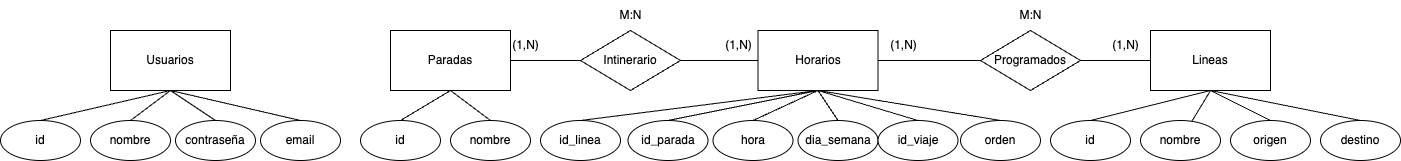
The draw.io diagram api/diagramaER.png in AagieKLZ/ProjecteM7, before a commit. Source tidied: cells renumbered, new cells last; positions are measured from the earlier drawing's top-left corner, leaving out a move shared by most shapes. Source of this version:
```xml
<mxGraphModel>
  <root>
    <mxCell id="0" />
    <mxCell id="1" parent="0" />
    <mxCell id="2" value="Horarios" style="rounded=0;whiteSpace=wrap;html=1;" parent="1" vertex="1">
      <mxGeometry x="757.5" y="30" width="120" height="60" as="geometry" />
    </mxCell>
    <mxCell id="3" value="Programados" style="rhombus;whiteSpace=wrap;html=1;" parent="1" vertex="1">
      <mxGeometry x="980" y="30" width="100" height="60" as="geometry" />
    </mxCell>
    <mxCell id="4" value="Lineas" style="rounded=0;whiteSpace=wrap;html=1;" parent="1" vertex="1">
      <mxGeometry x="1150" y="30" width="120" height="60" as="geometry" />
    </mxCell>
    <mxCell id="5" style="endArrow=none;html=1;rounded=0;exitX=1;exitY=0.5;exitDx=0;exitDy=0;entryX=0;entryY=0.5;entryDx=0;entryDy=0;" parent="1" edge="1" source="2" target="3">
      <mxGeometry relative="1" as="geometry" />
    </mxCell>
    <mxCell id="6" style="endArrow=none;html=1;rounded=0;entryX=0;entryY=0.5;entryDx=0;entryDy=0;" parent="1" edge="1" target="4">
      <mxGeometry relative="1" as="geometry">
        <mxPoint x="1080" y="60" as="sourcePoint" />
      </mxGeometry>
    </mxCell>
    <mxCell id="7" value="id_linea" style="ellipse;whiteSpace=wrap;html=1;" parent="1" vertex="1">
      <mxGeometry x="540" y="120" width="80" height="40" as="geometry" />
    </mxCell>
    <mxCell id="8" value="Intinerario" style="rhombus;whiteSpace=wrap;html=1;" parent="1" vertex="1">
      <mxGeometry x="580" y="30" width="100" height="60" as="geometry" />
    </mxCell>
    <mxCell id="9" style="endArrow=none;html=1;rounded=0;exitX=1;exitY=0.5;exitDx=0;exitDy=0;entryX=0;entryY=0.5;entryDx=0;entryDy=0;" parent="1" edge="1" source="8" target="2">
      <mxGeometry relative="1" as="geometry" />
    </mxCell>
    <mxCell id="10" value="id_parada" style="ellipse;whiteSpace=wrap;html=1;" parent="1" vertex="1">
      <mxGeometry x="627.5" y="120" width="80" height="40" as="geometry" />
    </mxCell>
    <mxCell id="11" value="hora" style="ellipse;whiteSpace=wrap;html=1;" parent="1" vertex="1">
      <mxGeometry x="712.5" y="120" width="80" height="40" as="geometry" />
    </mxCell>
    <mxCell id="12" value="dia_semana" style="ellipse;whiteSpace=wrap;html=1;" parent="1" vertex="1">
      <mxGeometry x="797.5" y="120" width="80" height="40" as="geometry" />
    </mxCell>
    <mxCell id="13" value="id" style="ellipse;whiteSpace=wrap;html=1;" parent="1" vertex="1">
      <mxGeometry x="1050" y="120" width="80" height="40" as="geometry" />
    </mxCell>
    <mxCell id="14" value="nombre" style="ellipse;whiteSpace=wrap;html=1;" parent="1" vertex="1">
      <mxGeometry x="1140" y="120" width="80" height="40" as="geometry" />
    </mxCell>
    <mxCell id="15" value="orden" style="ellipse;whiteSpace=wrap;html=1;" parent="1" vertex="1">
      <mxGeometry x="960" y="120" width="80" height="40" as="geometry" />
    </mxCell>
    <mxCell id="16" value="origen" style="ellipse;whiteSpace=wrap;html=1;" parent="1" vertex="1">
      <mxGeometry x="1230" y="120" width="80" height="40" as="geometry" />
    </mxCell>
    <mxCell id="17" value="id_viaje" style="ellipse;whiteSpace=wrap;html=1;" parent="1" vertex="1">
      <mxGeometry x="877.5" y="120" width="80" height="40" as="geometry" />
    </mxCell>
    <mxCell id="18" style="endArrow=none;html=1;rounded=0;exitX=0.5;exitY=0;exitDx=0;exitDy=0;entryX=0.5;entryY=1;entryDx=0;entryDy=0;" parent="1" edge="1" source="7" target="2">
      <mxGeometry relative="1" as="geometry" />
    </mxCell>
    <mxCell id="19" style="endArrow=none;html=1;rounded=0;exitX=0.5;exitY=0;exitDx=0;exitDy=0;entryX=0.5;entryY=1;entryDx=0;entryDy=0;" parent="1" edge="1" source="10" target="2">
      <mxGeometry relative="1" as="geometry" />
    </mxCell>
    <mxCell id="20" style="endArrow=none;html=1;rounded=0;exitX=0.5;exitY=0;exitDx=0;exitDy=0;entryX=0.5;entryY=1;entryDx=0;entryDy=0;" parent="1" edge="1" source="11" target="2">
      <mxGeometry relative="1" as="geometry" />
    </mxCell>
    <mxCell id="21" style="endArrow=none;html=1;rounded=0;entryX=0.5;entryY=1;entryDx=0;entryDy=0;exitX=0.5;exitY=0;exitDx=0;exitDy=0;" parent="1" edge="1" source="12" target="2">
      <mxGeometry relative="1" as="geometry" />
    </mxCell>
    <mxCell id="22" style="endArrow=none;html=1;rounded=0;exitX=0.5;exitY=0;exitDx=0;exitDy=0;entryX=0.5;entryY=1;entryDx=0;entryDy=0;" parent="1" edge="1" source="17" target="2">
      <mxGeometry relative="1" as="geometry" />
    </mxCell>
    <mxCell id="23" style="endArrow=none;html=1;rounded=0;exitX=0.5;exitY=0;exitDx=0;exitDy=0;entryX=0.5;entryY=1;entryDx=0;entryDy=0;" parent="1" edge="1" source="15" target="2">
      <mxGeometry relative="1" as="geometry" />
    </mxCell>
    <mxCell id="24" style="endArrow=none;html=1;rounded=0;exitX=0.5;exitY=1;exitDx=0;exitDy=0;entryX=0.5;entryY=0;entryDx=0;entryDy=0;" parent="1" edge="1" source="4" target="13">
      <mxGeometry relative="1" as="geometry" />
    </mxCell>
    <mxCell id="25" style="endArrow=none;html=1;rounded=0;exitX=0.5;exitY=1;exitDx=0;exitDy=0;" parent="1" edge="1" source="4" target="14">
      <mxGeometry relative="1" as="geometry" />
    </mxCell>
    <mxCell id="26" style="endArrow=none;html=1;rounded=0;entryX=0.5;entryY=0;entryDx=0;entryDy=0;" parent="1" edge="1" target="16">
      <mxGeometry relative="1" as="geometry">
        <mxPoint x="1210" y="90" as="sourcePoint" />
      </mxGeometry>
    </mxCell>
    <mxCell id="27" value="destino" style="ellipse;whiteSpace=wrap;html=1;" parent="1" vertex="1">
      <mxGeometry x="1320" y="120" width="80" height="40" as="geometry" />
    </mxCell>
    <mxCell id="28" style="endArrow=none;html=1;rounded=0;entryX=0.5;entryY=0;entryDx=0;entryDy=0;" parent="1" edge="1" target="27">
      <mxGeometry relative="1" as="geometry">
        <mxPoint x="1210" y="90" as="sourcePoint" />
      </mxGeometry>
    </mxCell>
    <mxCell id="29" value="Paradas" style="rounded=0;whiteSpace=wrap;html=1;" parent="1" vertex="1">
      <mxGeometry x="390" y="30" width="120" height="60" as="geometry" />
    </mxCell>
    <mxCell id="30" value="id" style="ellipse;whiteSpace=wrap;html=1;" parent="1" vertex="1">
      <mxGeometry x="360" y="120" width="80" height="40" as="geometry" />
    </mxCell>
    <mxCell id="31" value="nombre" style="ellipse;whiteSpace=wrap;html=1;" parent="1" vertex="1">
      <mxGeometry x="450" y="120" width="80" height="40" as="geometry" />
    </mxCell>
    <mxCell id="32" style="endArrow=none;html=1;rounded=0;entryX=0.5;entryY=1;entryDx=0;entryDy=0;exitX=0.5;exitY=0;exitDx=0;exitDy=0;" parent="1" edge="1" source="30" target="29">
      <mxGeometry relative="1" as="geometry" />
    </mxCell>
    <mxCell id="33" style="endArrow=none;html=1;rounded=0;entryX=0.5;entryY=1;entryDx=0;entryDy=0;exitX=0.5;exitY=0;exitDx=0;exitDy=0;" parent="1" edge="1" source="31" target="29">
      <mxGeometry relative="1" as="geometry" />
    </mxCell>
    <mxCell id="34" style="endArrow=none;html=1;rounded=0;exitX=1;exitY=0.5;exitDx=0;exitDy=0;entryX=0;entryY=0.5;entryDx=0;entryDy=0;" parent="1" edge="1" source="29" target="8">
      <mxGeometry relative="1" as="geometry" />
    </mxCell>
    <mxCell id="35" value="(1,N)" style="text;html=1;align=center;verticalAlign=middle;strokeColor=none;fillColor=none;" parent="1" vertex="1">
      <mxGeometry x="500" y="30" width="50" height="30" as="geometry" />
    </mxCell>
    <mxCell id="36" value="(1,N)" style="text;html=1;align=center;verticalAlign=middle;strokeColor=none;fillColor=none;" parent="1" vertex="1">
      <mxGeometry x="712.5" y="30" width="50" height="30" as="geometry" />
    </mxCell>
    <mxCell id="37" value="M:N" style="text;html=1;align=center;verticalAlign=middle;strokeColor=none;fillColor=none;" parent="1" vertex="1">
      <mxGeometry x="605" width="50" height="30" as="geometry" />
    </mxCell>
    <mxCell id="38" value="(1,N)" style="text;html=1;align=center;verticalAlign=middle;strokeColor=none;fillColor=none;" parent="1" vertex="1">
      <mxGeometry x="877.5" y="30" width="50" height="30" as="geometry" />
    </mxCell>
    <mxCell id="39" value="(1,N)" style="text;html=1;align=center;verticalAlign=middle;strokeColor=none;fillColor=none;" parent="1" vertex="1">
      <mxGeometry x="1100" y="30" width="50" height="30" as="geometry" />
    </mxCell>
    <mxCell id="40" value="M:N" style="text;html=1;align=center;verticalAlign=middle;strokeColor=none;fillColor=none;" parent="1" vertex="1">
      <mxGeometry x="1005" width="50" height="30" as="geometry" />
    </mxCell>
    <mxCell id="41" value="Usuarios" style="rounded=0;whiteSpace=wrap;html=1;" parent="1" vertex="1">
      <mxGeometry x="110" y="30" width="120" height="60" as="geometry" />
    </mxCell>
    <mxCell id="42" value="id" style="ellipse;whiteSpace=wrap;html=1;" parent="1" vertex="1">
      <mxGeometry y="120" width="80" height="40" as="geometry" />
    </mxCell>
    <mxCell id="43" value="nombre" style="ellipse;whiteSpace=wrap;html=1;" parent="1" vertex="1">
      <mxGeometry x="90" y="120" width="80" height="40" as="geometry" />
    </mxCell>
    <mxCell id="44" style="endArrow=none;html=1;rounded=0;entryX=0.5;entryY=1;entryDx=0;entryDy=0;exitX=0.5;exitY=0;exitDx=0;exitDy=0;" parent="1" edge="1" source="42" target="41">
      <mxGeometry relative="1" as="geometry" />
    </mxCell>
    <mxCell id="45" style="endArrow=none;html=1;rounded=0;entryX=0.5;entryY=1;entryDx=0;entryDy=0;exitX=0.5;exitY=0;exitDx=0;exitDy=0;" parent="1" edge="1" source="43" target="41">
      <mxGeometry relative="1" as="geometry" />
    </mxCell>
    <mxCell id="46" value="email" style="ellipse;whiteSpace=wrap;html=1;" parent="1" vertex="1">
      <mxGeometry x="260" y="120" width="80" height="40" as="geometry" />
    </mxCell>
    <mxCell id="47" value="contraseña" style="ellipse;whiteSpace=wrap;html=1;" parent="1" vertex="1">
      <mxGeometry x="175" y="120" width="80" height="40" as="geometry" />
    </mxCell>
    <mxCell id="48" style="endArrow=none;html=1;rounded=0;exitX=0.5;exitY=0;exitDx=0;exitDy=0;entryX=0.5;entryY=1;entryDx=0;entryDy=0;" parent="1" edge="1" source="47" target="41">
      <mxGeometry relative="1" as="geometry" />
    </mxCell>
    <mxCell id="49" style="endArrow=none;html=1;rounded=0;exitX=0.5;exitY=0;exitDx=0;exitDy=0;entryX=0.5;entryY=1;entryDx=0;entryDy=0;" parent="1" edge="1" source="46" target="41">
      <mxGeometry relative="1" as="geometry" />
    </mxCell>
  </root>
</mxGraphModel>
```
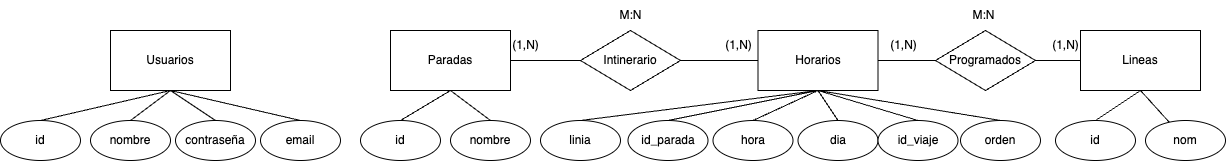
The same file after the commit.

Commit message:
Afegida taula usuaris i canvi en el diagrama ER

Diff of the diagram source:
```diff
@@ -6,20 +6,18 @@
       <mxGeometry x="757.5" y="30" width="120" height="60" as="geometry" />
     </mxCell>
     <mxCell id="3" value="Programados" style="rhombus;whiteSpace=wrap;html=1;" parent="1" vertex="1">
-      <mxGeometry x="980" y="30" width="100" height="60" as="geometry" />
+      <mxGeometry x="935" y="30" width="100" height="60" as="geometry" />
     </mxCell>
     <mxCell id="4" value="Lineas" style="rounded=0;whiteSpace=wrap;html=1;" parent="1" vertex="1">
-      <mxGeometry x="1150" y="30" width="120" height="60" as="geometry" />
+      <mxGeometry x="1080" y="30" width="120" height="60" as="geometry" />
     </mxCell>
     <mxCell id="5" style="endArrow=none;html=1;rounded=0;exitX=1;exitY=0.5;exitDx=0;exitDy=0;entryX=0;entryY=0.5;entryDx=0;entryDy=0;" parent="1" edge="1" source="2" target="3">
       <mxGeometry relative="1" as="geometry" />
     </mxCell>
-    <mxCell id="6" style="endArrow=none;html=1;rounded=0;entryX=0;entryY=0.5;entryDx=0;entryDy=0;" parent="1" edge="1" target="4">
-      <mxGeometry relative="1" as="geometry">
-        <mxPoint x="1080" y="60" as="sourcePoint" />
-      </mxGeometry>
+    <mxCell id="6" style="endArrow=none;html=1;rounded=0;entryX=0;entryY=0.5;entryDx=0;entryDy=0;exitX=1;exitY=0.5;exitDx=0;exitDy=0;" parent="1" edge="1" source="3" target="4">
+      <mxGeometry relative="1" as="geometry" />
     </mxCell>
-    <mxCell id="7" value="id_linea" style="ellipse;whiteSpace=wrap;html=1;" parent="1" vertex="1">
+    <mxCell id="7" value="linia" style="ellipse;whiteSpace=wrap;html=1;" parent="1" vertex="1">
       <mxGeometry x="540" y="120" width="80" height="40" as="geometry" />
     </mxCell>
     <mxCell id="8" value="Intinerario" style="rhombus;whiteSpace=wrap;html=1;" parent="1" vertex="1">
@@ -34,21 +32,18 @@
     <mxCell id="11" value="hora" style="ellipse;whiteSpace=wrap;html=1;" parent="1" vertex="1">
       <mxGeometry x="712.5" y="120" width="80" height="40" as="geometry" />
     </mxCell>
-    <mxCell id="12" value="dia_semana" style="ellipse;whiteSpace=wrap;html=1;" parent="1" vertex="1">
+    <mxCell id="12" value="dia" style="ellipse;whiteSpace=wrap;html=1;" parent="1" vertex="1">
       <mxGeometry x="797.5" y="120" width="80" height="40" as="geometry" />
     </mxCell>
     <mxCell id="13" value="id" style="ellipse;whiteSpace=wrap;html=1;" parent="1" vertex="1">
-      <mxGeometry x="1050" y="120" width="80" height="40" as="geometry" />
+      <mxGeometry x="1055" y="120" width="80" height="40" as="geometry" />
     </mxCell>
-    <mxCell id="14" value="nombre" style="ellipse;whiteSpace=wrap;html=1;" parent="1" vertex="1">
-      <mxGeometry x="1140" y="120" width="80" height="40" as="geometry" />
+    <mxCell id="14" value="nom" style="ellipse;whiteSpace=wrap;html=1;" parent="1" vertex="1">
+      <mxGeometry x="1145" y="120" width="80" height="40" as="geometry" />
     </mxCell>
     <mxCell id="15" value="orden" style="ellipse;whiteSpace=wrap;html=1;" parent="1" vertex="1">
       <mxGeometry x="960" y="120" width="80" height="40" as="geometry" />
     </mxCell>
-    <mxCell id="16" value="origen" style="ellipse;whiteSpace=wrap;html=1;" parent="1" vertex="1">
-      <mxGeometry x="1230" y="120" width="80" height="40" as="geometry" />
-    </mxCell>
     <mxCell id="17" value="id_viaje" style="ellipse;whiteSpace=wrap;html=1;" parent="1" vertex="1">
       <mxGeometry x="877.5" y="120" width="80" height="40" as="geometry" />
     </mxCell>
@@ -76,19 +71,6 @@
     <mxCell id="25" style="endArrow=none;html=1;rounded=0;exitX=0.5;exitY=1;exitDx=0;exitDy=0;" parent="1" edge="1" source="4" target="14">
       <mxGeometry relative="1" as="geometry" />
     </mxCell>
-    <mxCell id="26" style="endArrow=none;html=1;rounded=0;entryX=0.5;entryY=0;entryDx=0;entryDy=0;" parent="1" edge="1" target="16">
-      <mxGeometry relative="1" as="geometry">
-        <mxPoint x="1210" y="90" as="sourcePoint" />
-      </mxGeometry>
-    </mxCell>
-    <mxCell id="27" value="destino" style="ellipse;whiteSpace=wrap;html=1;" parent="1" vertex="1">
-      <mxGeometry x="1320" y="120" width="80" height="40" as="geometry" />
-    </mxCell>
-    <mxCell id="28" style="endArrow=none;html=1;rounded=0;entryX=0.5;entryY=0;entryDx=0;entryDy=0;" parent="1" edge="1" target="27">
-      <mxGeometry relative="1" as="geometry">
-        <mxPoint x="1210" y="90" as="sourcePoint" />
-      </mxGeometry>
-    </mxCell>
     <mxCell id="29" value="Paradas" style="rounded=0;whiteSpace=wrap;html=1;" parent="1" vertex="1">
       <mxGeometry x="390" y="30" width="120" height="60" as="geometry" />
     </mxCell>
@@ -120,10 +102,10 @@
       <mxGeometry x="877.5" y="30" width="50" height="30" as="geometry" />
     </mxCell>
     <mxCell id="39" value="(1,N)" style="text;html=1;align=center;verticalAlign=middle;strokeColor=none;fillColor=none;" parent="1" vertex="1">
-      <mxGeometry x="1100" y="30" width="50" height="30" as="geometry" />
+      <mxGeometry x="1040" y="30" width="50" height="30" as="geometry" />
     </mxCell>
     <mxCell id="40" value="M:N" style="text;html=1;align=center;verticalAlign=middle;strokeColor=none;fillColor=none;" parent="1" vertex="1">
-      <mxGeometry x="1005" width="50" height="30" as="geometry" />
+      <mxGeometry x="957.5" width="50" height="30" as="geometry" />
     </mxCell>
     <mxCell id="41" value="Usuarios" style="rounded=0;whiteSpace=wrap;html=1;" parent="1" vertex="1">
       <mxGeometry x="110" y="30" width="120" height="60" as="geometry" />
```
